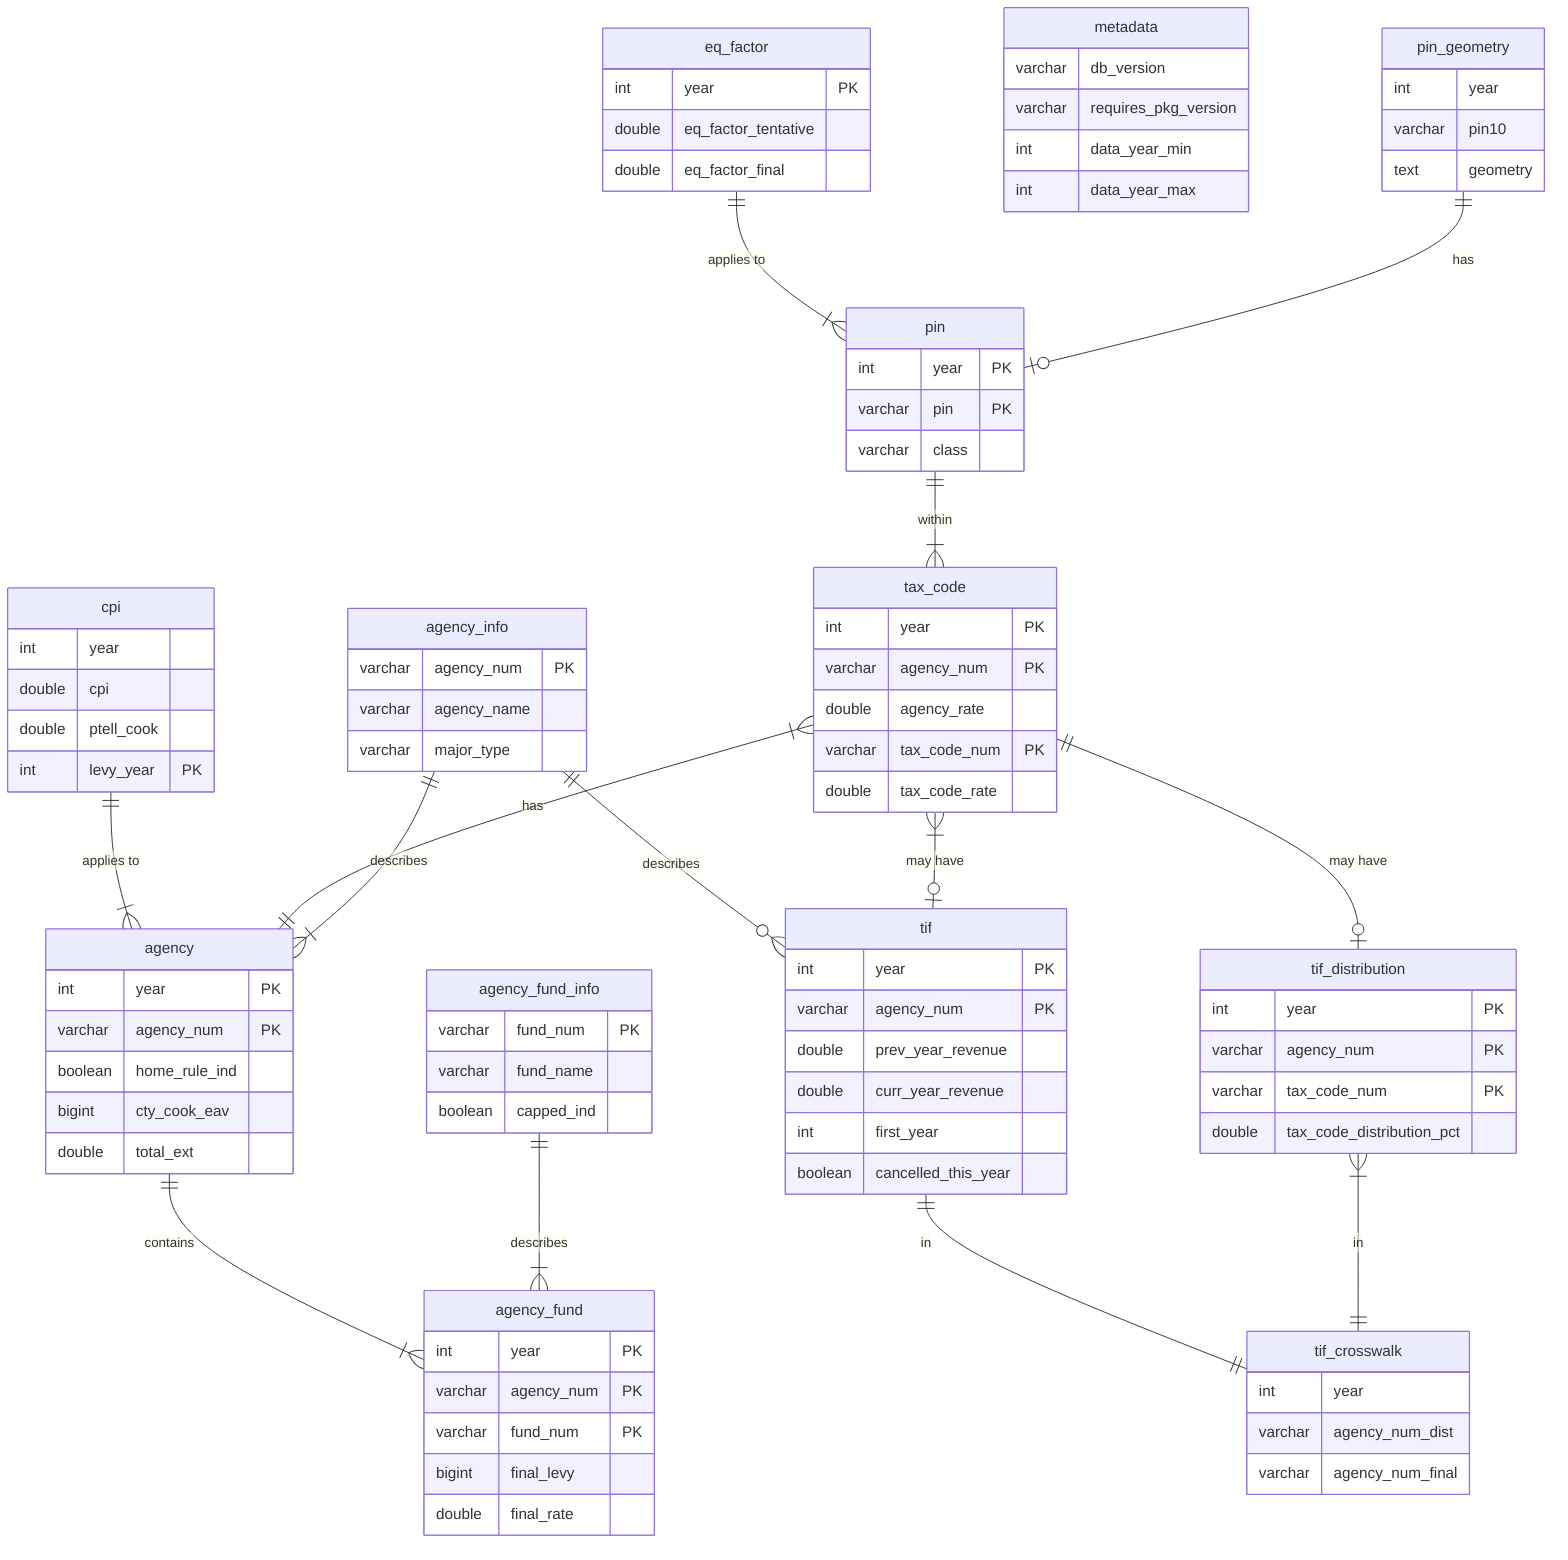
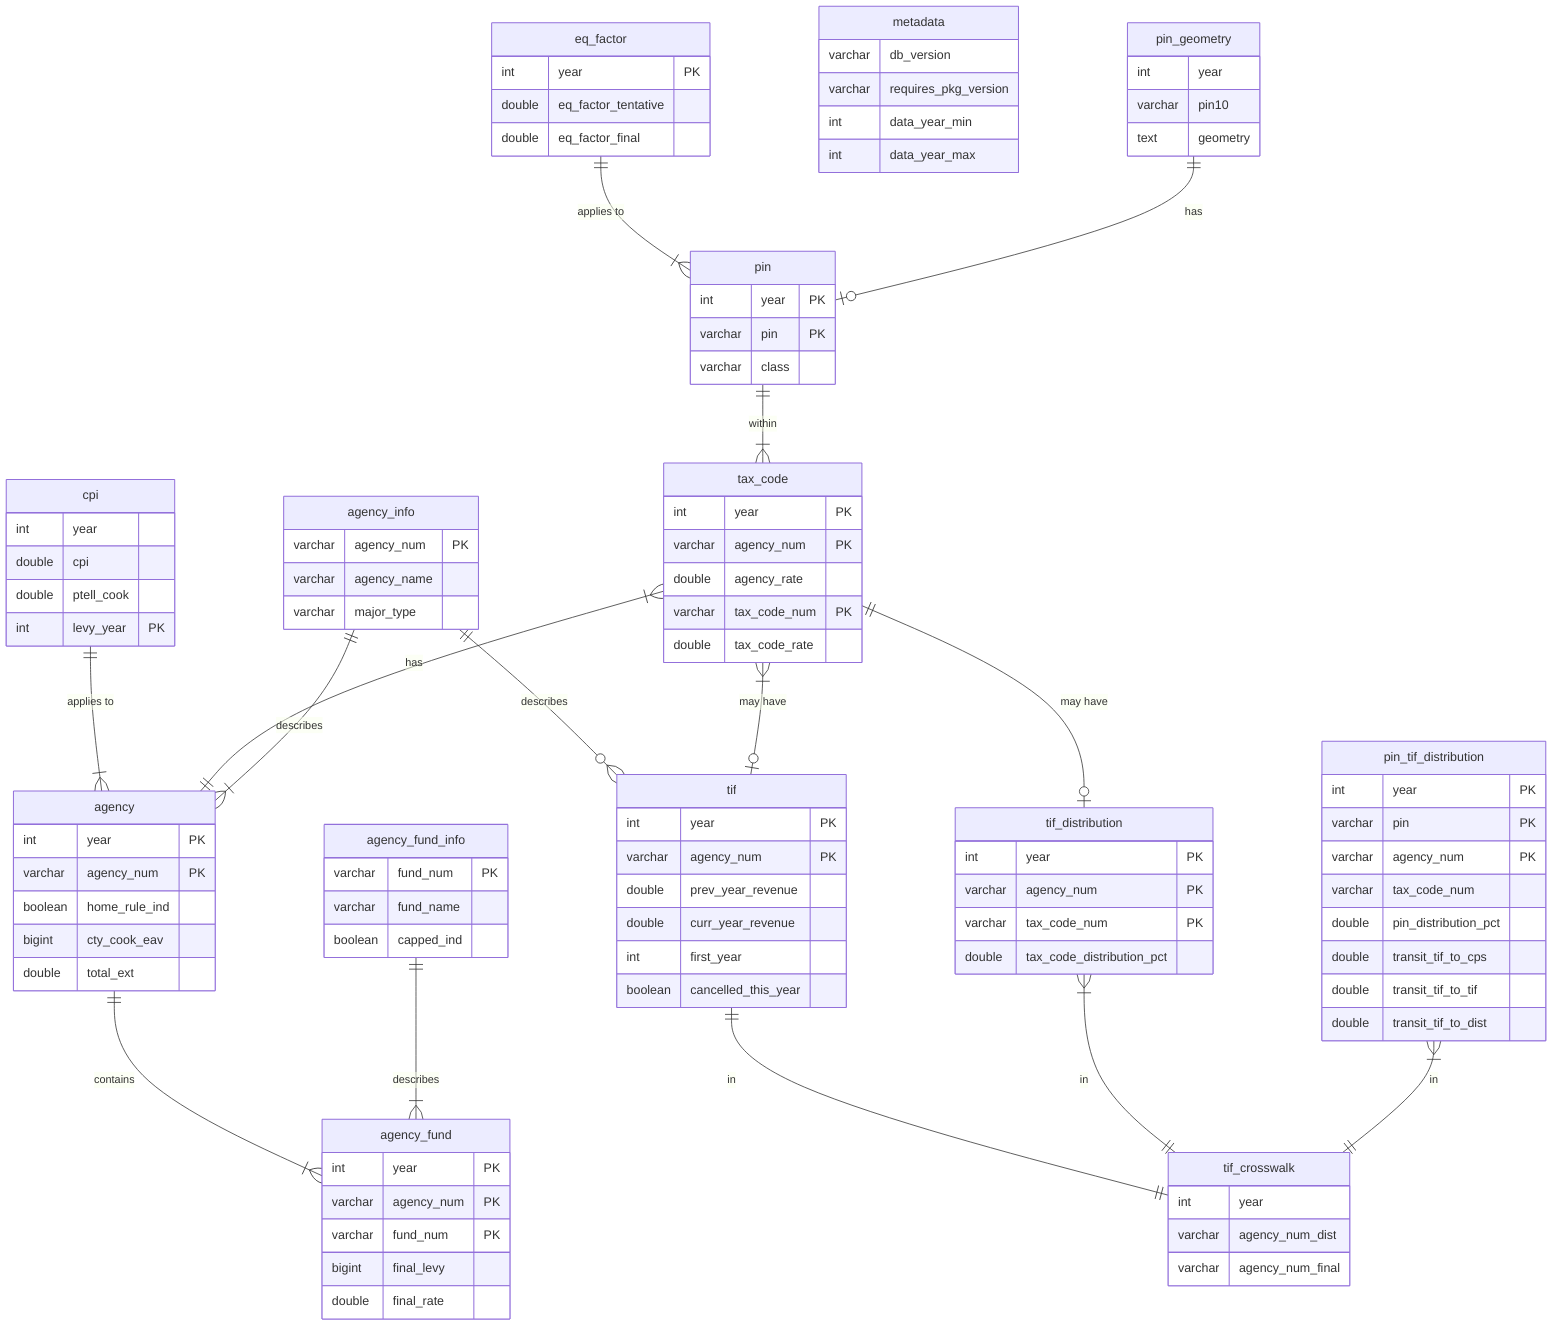
erDiagram

  agency {
    int     year              PK
    varchar agency_num        PK
    boolean home_rule_ind
    bigint  cty_cook_eav
    double  total_ext
  }

  agency_info {
    varchar agency_num         PK
    varchar agency_name
    varchar major_type
  }

  agency_fund {
    int     year               PK
    varchar agency_num         PK
    varchar fund_num           PK
    bigint  final_levy
    double  final_rate
  }

  agency_fund_info {
    varchar fund_num           PK
    varchar fund_name
    boolean capped_ind
  }

  cpi {
    int     year
    double  cpi
    double  ptell_cook
    int     levy_year          PK
  }

  eq_factor {
    int     year               PK
    double  eq_factor_tentative
    double  eq_factor_final
  }

  metadata {
    varchar db_version
    varchar requires_pkg_version
    int     data_year_min
    int     data_year_max
  }

  pin {
    int     year               PK
    varchar pin                PK
    varchar class
  }

  pin_geometry {
    int     year
    varchar pin10
    text    geometry
  }

  tax_code {
    int     year               PK
    varchar agency_num         PK
    double  agency_rate
    varchar tax_code_num       PK
    double  tax_code_rate
  }

  tif {
    int     year               PK
    varchar agency_num         PK
    double  prev_year_revenue
    double  curr_year_revenue
    int     first_year
    boolean cancelled_this_year
  }

  tif_crosswalk {
    int     year
    varchar agency_num_dist
    varchar agency_num_final
  }

  tif_distribution {
    int     year               PK
    varchar agency_num         PK
    varchar tax_code_num       PK
    double  tax_code_distribution_pct
  }

+   pin_tif_distribution {
+     int     year               PK
+     varchar pin                PK
+     varchar agency_num         PK
+     varchar tax_code_num
+     double  pin_distribution_pct
+     double  transit_tif_to_cps
+     double  transit_tif_to_tif
+     double  transit_tif_to_dist
+   }
+ 
  eq_factor ||--|{ pin : "applies to"
  pin ||--|{ tax_code : "within"
  cpi ||--|{ agency : "applies to"
  tax_code }|--|| agency : "has"
  tax_code ||--o| tif_distribution : "may have"
  agency ||--|{ agency_fund : "contains"
  agency_info ||--|{ agency : "describes"
  agency_fund_info ||--|{ agency_fund : "describes"
  tif ||--|| tif_crosswalk : "in"
  tif_distribution }|--|| tif_crosswalk : "in"
+   pin_tif_distribution }|--|| tif_crosswalk : "in"
  agency_info ||--o{ tif: "describes"
  tax_code }|--o| tif : "may have"
  pin_geometry ||--o| pin : "has"
